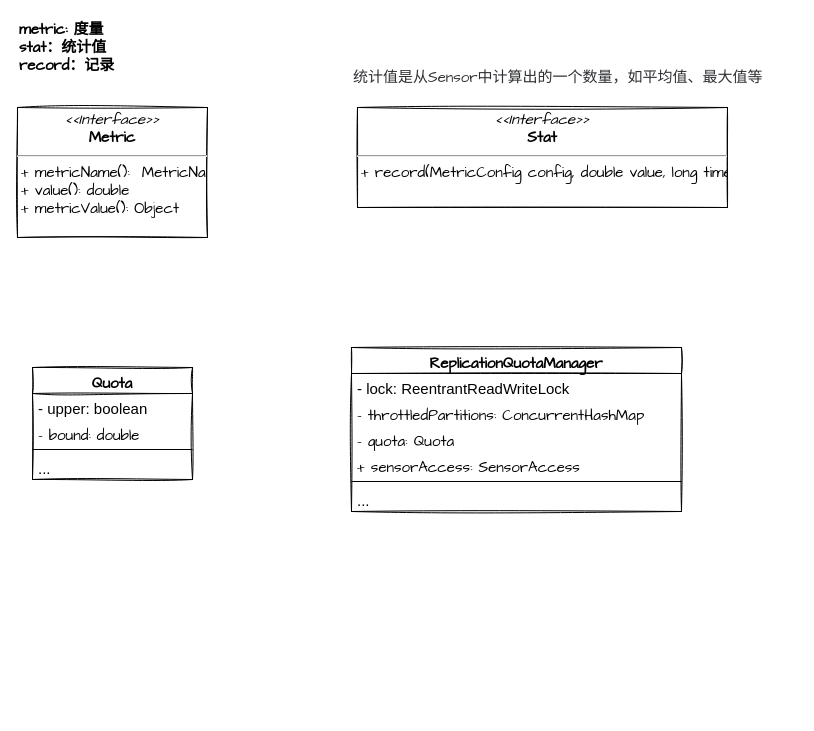
The draw.io diagram page "Quota" (1 of 3) of Kafka/drawio/Kafka.drawio in xinzhuxiansheng/blog-notes, before the edit. Source tidied: cells renumbered, new cells numbered last; positions are measured from the earlier drawing's top-left corner, leaving out a move shared by most shapes. Both pictures are drawn from the tidied source at 100%, with x=0, y=0 at pixel (17, 17).
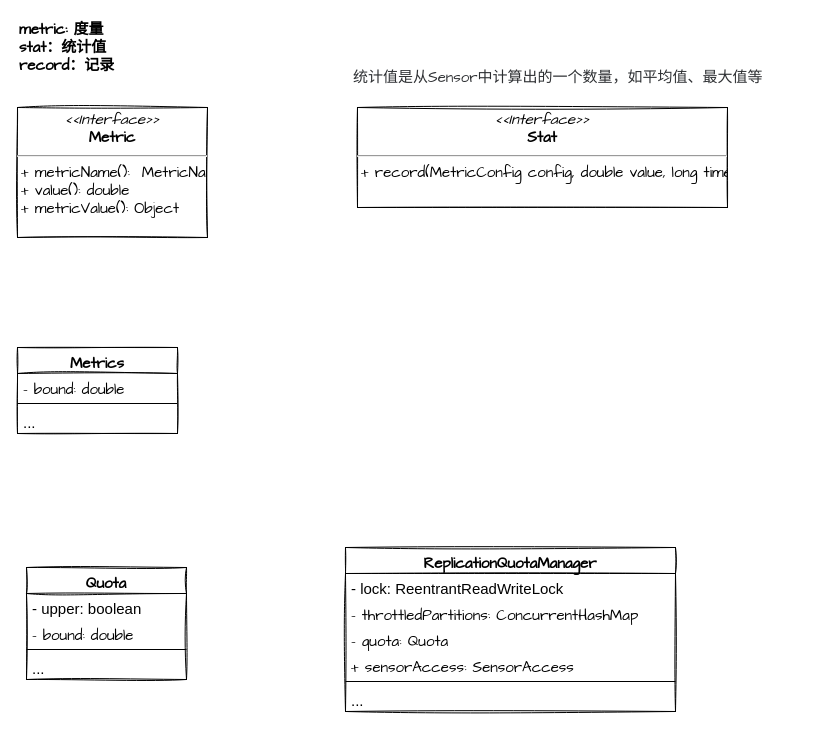
The same page after the edit.

Change to the diagram source:
```diff
@@
     <mxCell id="6" value="Quota" style="swimlane;fontStyle=1;align=center;verticalAlign=top;horizontal=1;startSize=26;sketch=1;fillColor=none;fontFamily=Comic Sans MS;fontSize=15;" parent="1" vertex="1">
-      <mxGeometry x="15" y="350" width="160" height="112" as="geometry" />
+      <mxGeometry x="9" y="550" width="160" height="112" as="geometry" />
     </mxCell>
@@
     <mxCell id="11" value="ReplicationQuotaManager" style="swimlane;fontStyle=1;align=center;verticalAlign=top;horizontal=1;startSize=26;sketch=1;fillColor=none;fontFamily=Comic Sans MS;fontSize=15;" parent="1" vertex="1">
-      <mxGeometry x="334" y="330" width="330" height="164" as="geometry" />
+      <mxGeometry x="328" y="530" width="330" height="164" as="geometry" />
     </mxCell>
@@
+    <mxCell id="18" value="Metrics" style="swimlane;fontStyle=1;align=center;verticalAlign=top;horizontal=1;startSize=26;sketch=1;fillColor=none;fontFamily=Comic Sans MS;fontSize=15;" parent="1" vertex="1">
+      <mxGeometry y="330" width="160" height="86" as="geometry" />
+    </mxCell>
+    <mxCell id="19" value="- bound: double" style="text;strokeColor=none;fillColor=none;align=left;verticalAlign=top;spacingLeft=4;spacingRight=4;overflow=hidden;sketch=1;fontFamily=Comic Sans MS;fontSize=15;" parent="18" vertex="1">
+      <mxGeometry y="26" width="160" height="26" as="geometry" />
+    </mxCell>
+    <mxCell id="20" style="line;strokeWidth=1;fillColor=none;align=left;verticalAlign=middle;spacingTop=-1;spacingLeft=3;spacingRight=3;labelPosition=right;fontSize=15;" parent="18" vertex="1">
+      <mxGeometry y="52" width="160" height="8" as="geometry" />
+    </mxCell>
+    <mxCell id="21" value="..." style="text;strokeColor=none;fillColor=none;align=left;verticalAlign=top;spacingLeft=4;spacingRight=4;overflow=hidden;fontSize=15;" parent="18" vertex="1">
+      <mxGeometry y="60" width="160" height="26" as="geometry" />
+    </mxCell>
```
